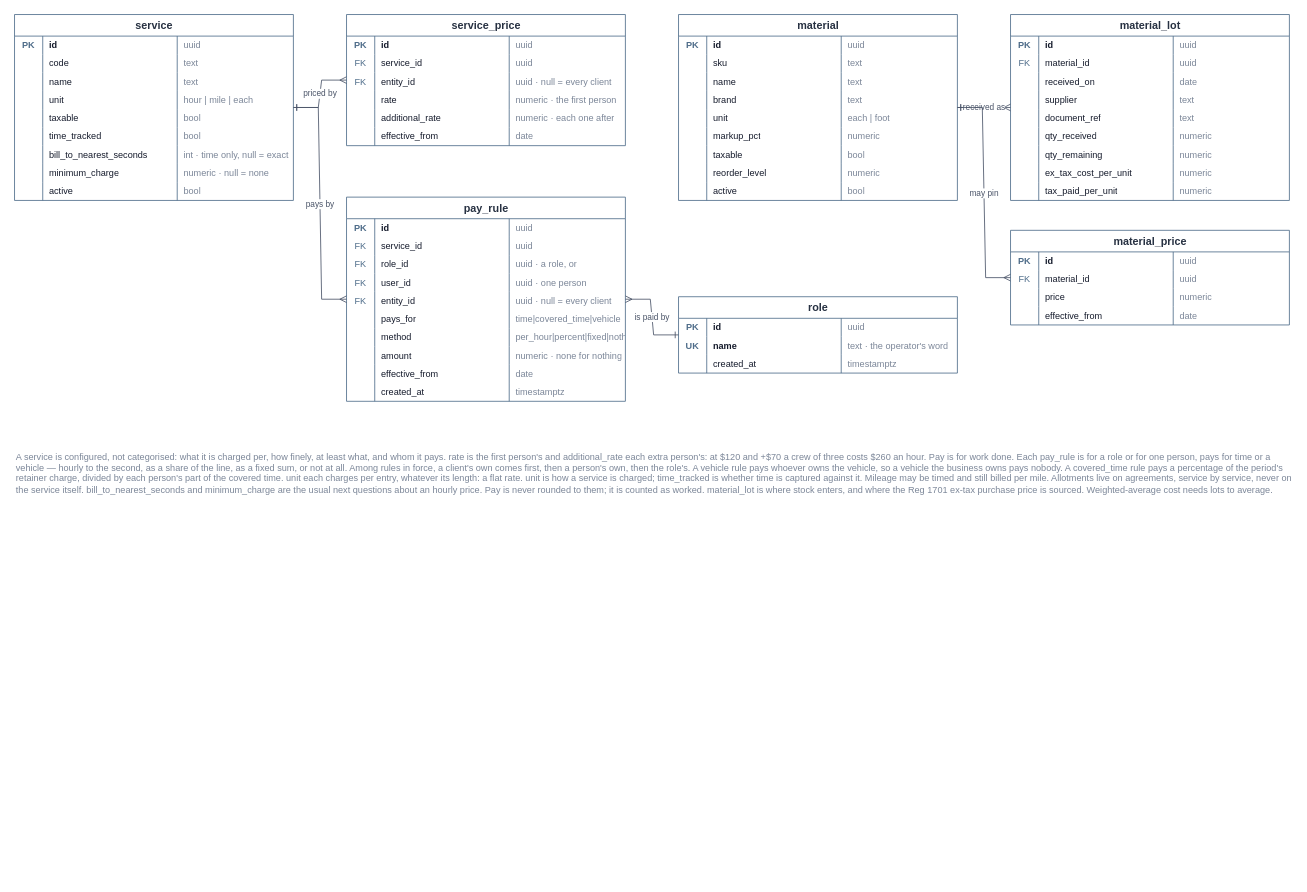
Earlier version of the draw.io diagram docs/schema/03-catalogue.drawio (TylerVigario/reckon). Source tidied: cells renumbered, new cells numbered last; positions are measured from the earlier drawing's top-left corner, leaving out a move shared by most shapes. Both pictures are drawn from the tidied source at 83%, with x=0, y=0 at pixel (14, 14).
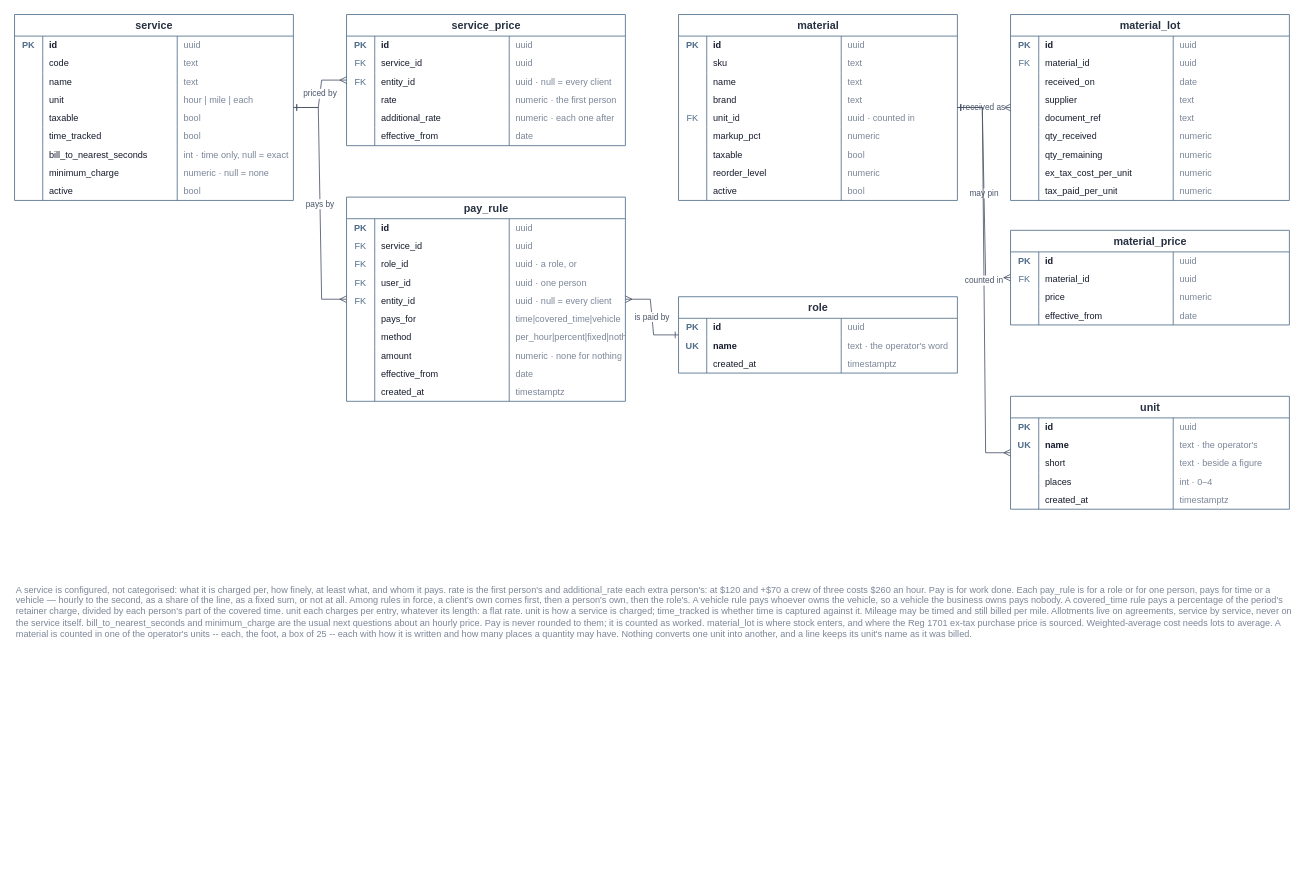
Above is the later version.

The change refers to these unchanged cells:
```xml
<mxCell id="118" value="material" style="shape=table;startSize=26;childLayout=tableLayout;rowLines=0;fontStyle=1;align=center;html=1;fillColor=#ffffff;strokeColor=#4f6d8a;fontColor=#273142;fontSize=13;" parent="1" vertex="1">
  <mxGeometry x="800" width="336" height="224" as="geometry" />
</mxCell>
<mxCell id="135" style="shape=tableRow;horizontal=0;startSize=0;swimlaneHead=0;swimlaneBody=0;fillColor=none;top=0;left=0;right=0;bottom=0;strokeColor=#d4dae4;" parent="118" vertex="1">
  <mxGeometry y="114" width="336" height="22" as="geometry" />
</mxCell>
```

Change to the diagram source:
```diff
@@
-    <mxCell id="136" style="shape=partialRectangle;fillColor=none;top=0;left=0;bottom=0;right=0;overflow=hidden;whiteSpace=wrap;html=1;fontSize=11;align=center;spacingLeft=0;fontColor=#141a2b;" parent="135" vertex="1">
+    <mxCell id="136" value="FK" style="shape=partialRectangle;fillColor=none;top=0;left=0;bottom=0;right=0;overflow=hidden;whiteSpace=wrap;html=1;fontSize=11;align=center;spacingLeft=0;fontColor=#4f6d8a;" parent="135" vertex="1">
       <mxGeometry width="34" height="22" as="geometry" />
     </mxCell>
-    <mxCell id="137" value="unit" style="shape=partialRectangle;fillColor=none;top=0;left=0;bottom=0;right=0;overflow=hidden;whiteSpace=wrap;html=1;fontSize=11;align=left;spacingLeft=6;fontColor=#141a2b;" parent="135" vertex="1">
+    <mxCell id="137" value="unit_id" style="shape=partialRectangle;fillColor=none;top=0;left=0;bottom=0;right=0;overflow=hidden;whiteSpace=wrap;html=1;fontSize=11;align=left;spacingLeft=6;fontColor=#141a2b;" parent="135" vertex="1">
       <mxGeometry x="34" width="162" height="22" as="geometry" />
     </mxCell>
-    <mxCell id="138" value="each | foot" style="shape=partialRectangle;fillColor=none;top=0;left=0;bottom=0;right=0;overflow=hidden;whiteSpace=wrap;html=1;fontSize=11;align=left;spacingLeft=6;fontColor=#7b8698;" parent="135" vertex="1">
+    <mxCell id="138" value="uuid · counted in" style="shape=partialRectangle;fillColor=none;top=0;left=0;bottom=0;right=0;overflow=hidden;whiteSpace=wrap;html=1;fontSize=11;align=left;spacingLeft=6;fontColor=#7b8698;" parent="135" vertex="1">
       <mxGeometry x="196" width="140" height="22" as="geometry" />
     </mxCell>
@@
+    <mxCell id="215" value="unit" style="shape=table;startSize=26;childLayout=tableLayout;rowLines=0;fontStyle=1;align=center;html=1;fillColor=#ffffff;strokeColor=#4f6d8a;fontColor=#273142;fontSize=13;" parent="1" vertex="1">
+      <mxGeometry x="1200" y="460" width="336" height="136" as="geometry" />
+    </mxCell>
+    <mxCell id="216" style="shape=tableRow;horizontal=0;startSize=0;swimlaneHead=0;swimlaneBody=0;fillColor=none;top=0;left=0;right=0;bottom=0;strokeColor=#d4dae4;" parent="215" vertex="1">
+      <mxGeometry y="26" width="336" height="22" as="geometry" />
+    </mxCell>
+    <mxCell id="217" value="PK" style="shape=partialRectangle;fillColor=none;top=0;left=0;bottom=0;right=0;overflow=hidden;whiteSpace=wrap;html=1;fontSize=11;align=center;spacingLeft=0;fontColor=#4f6d8a;fontStyle=1;" parent="216" vertex="1">
+      <mxGeometry width="34" height="22" as="geometry" />
+    </mxCell>
+    <mxCell id="218" value="id" style="shape=partialRectangle;fillColor=none;top=0;left=0;bottom=0;right=0;overflow=hidden;whiteSpace=wrap;html=1;fontSize=11;align=left;spacingLeft=6;fontColor=#141a2b;fontStyle=1;" parent="216" vertex="1">
+      <mxGeometry x="34" width="162" height="22" as="geometry" />
+    </mxCell>
+    <mxCell id="219" value="uuid" style="shape=partialRectangle;fillColor=none;top=0;left=0;bottom=0;right=0;overflow=hidden;whiteSpace=wrap;html=1;fontSize=11;align=left;spacingLeft=6;fontColor=#7b8698;" parent="216" vertex="1">
+      <mxGeometry x="196" width="140" height="22" as="geometry" />
+    </mxCell>
+    <mxCell id="220" style="shape=tableRow;horizontal=0;startSize=0;swimlaneHead=0;swimlaneBody=0;fillColor=none;top=0;left=0;right=0;bottom=0;strokeColor=#d4dae4;" parent="215" vertex="1">
+      <mxGeometry y="48" width="336" height="22" as="geometry" />
+    </mxCell>
+    <mxCell id="221" value="UK" style="shape=partialRectangle;fillColor=none;top=0;left=0;bottom=0;right=0;overflow=hidden;whiteSpace=wrap;html=1;fontSize=11;align=center;spacingLeft=0;fontColor=#4f6d8a;fontStyle=1;" parent="220" vertex="1">
+      <mxGeometry width="34" height="22" as="geometry" />
+    </mxCell>
+    <mxCell id="222" value="name" style="shape=partialRectangle;fillColor=none;top=0;left=0;bottom=0;right=0;overflow=hidden;whiteSpace=wrap;html=1;fontSize=11;align=left;spacingLeft=6;fontColor=#141a2b;fontStyle=1;" parent="220" vertex="1">
+      <mxGeometry x="34" width="162" height="22" as="geometry" />
+    </mxCell>
+    <mxCell id="223" value="text · the operator's" style="shape=partialRectangle;fillColor=none;top=0;left=0;bottom=0;right=0;overflow=hidden;whiteSpace=wrap;html=1;fontSize=11;align=left;spacingLeft=6;fontColor=#7b8698;" parent="220" vertex="1">
+      <mxGeometry x="196" width="140" height="22" as="geometry" />
+    </mxCell>
+    <mxCell id="224" style="shape=tableRow;horizontal=0;startSize=0;swimlaneHead=0;swimlaneBody=0;fillColor=none;top=0;left=0;right=0;bottom=0;strokeColor=#d4dae4;" parent="215" vertex="1">
+      <mxGeometry y="70" width="336" height="22" as="geometry" />
+    </mxCell>
+    <mxCell id="225" style="shape=partialRectangle;fillColor=none;top=0;left=0;bottom=0;right=0;overflow=hidden;whiteSpace=wrap;html=1;fontSize=11;align=center;spacingLeft=0;fontColor=#141a2b;" parent="224" vertex="1">
+      <mxGeometry width="34" height="22" as="geometry" />
+    </mxCell>
+    <mxCell id="226" value="short" style="shape=partialRectangle;fillColor=none;top=0;left=0;bottom=0;right=0;overflow=hidden;whiteSpace=wrap;html=1;fontSize=11;align=left;spacingLeft=6;fontColor=#141a2b;" parent="224" vertex="1">
+      <mxGeometry x="34" width="162" height="22" as="geometry" />
+    </mxCell>
+    <mxCell id="227" value="text · beside a figure" style="shape=partialRectangle;fillColor=none;top=0;left=0;bottom=0;right=0;overflow=hidden;whiteSpace=wrap;html=1;fontSize=11;align=left;spacingLeft=6;fontColor=#7b8698;" parent="224" vertex="1">
+      <mxGeometry x="196" width="140" height="22" as="geometry" />
+    </mxCell>
+    <mxCell id="228" style="shape=tableRow;horizontal=0;startSize=0;swimlaneHead=0;swimlaneBody=0;fillColor=none;top=0;left=0;right=0;bottom=0;strokeColor=#d4dae4;" parent="215" vertex="1">
+      <mxGeometry y="92" width="336" height="22" as="geometry" />
+    </mxCell>
+    <mxCell id="229" style="shape=partialRectangle;fillColor=none;top=0;left=0;bottom=0;right=0;overflow=hidden;whiteSpace=wrap;html=1;fontSize=11;align=center;spacingLeft=0;fontColor=#141a2b;" parent="228" vertex="1">
+      <mxGeometry width="34" height="22" as="geometry" />
+    </mxCell>
+    <mxCell id="230" value="places" style="shape=partialRectangle;fillColor=none;top=0;left=0;bottom=0;right=0;overflow=hidden;whiteSpace=wrap;html=1;fontSize=11;align=left;spacingLeft=6;fontColor=#141a2b;" parent="228" vertex="1">
+      <mxGeometry x="34" width="162" height="22" as="geometry" />
+    </mxCell>
+    <mxCell id="231" value="int · 0–4" style="shape=partialRectangle;fillColor=none;top=0;left=0;bottom=0;right=0;overflow=hidden;whiteSpace=wrap;html=1;fontSize=11;align=left;spacingLeft=6;fontColor=#7b8698;" parent="228" vertex="1">
+      <mxGeometry x="196" width="140" height="22" as="geometry" />
+    </mxCell>
+    <mxCell id="232" style="shape=tableRow;horizontal=0;startSize=0;swimlaneHead=0;swimlaneBody=0;fillColor=none;top=0;left=0;right=0;bottom=0;strokeColor=#d4dae4;" parent="215" vertex="1">
+      <mxGeometry y="114" width="336" height="22" as="geometry" />
+    </mxCell>
+    <mxCell id="233" style="shape=partialRectangle;fillColor=none;top=0;left=0;bottom=0;right=0;overflow=hidden;whiteSpace=wrap;html=1;fontSize=11;align=center;spacingLeft=0;fontColor=#141a2b;" parent="232" vertex="1">
+      <mxGeometry width="34" height="22" as="geometry" />
+    </mxCell>
+    <mxCell id="234" value="created_at" style="shape=partialRectangle;fillColor=none;top=0;left=0;bottom=0;right=0;overflow=hidden;whiteSpace=wrap;html=1;fontSize=11;align=left;spacingLeft=6;fontColor=#141a2b;" parent="232" vertex="1">
+      <mxGeometry x="34" width="162" height="22" as="geometry" />
+    </mxCell>
+    <mxCell id="235" value="timestamptz" style="shape=partialRectangle;fillColor=none;top=0;left=0;bottom=0;right=0;overflow=hidden;whiteSpace=wrap;html=1;fontSize=11;align=left;spacingLeft=6;fontColor=#7b8698;" parent="232" vertex="1">
+      <mxGeometry x="196" width="140" height="22" as="geometry" />
+    </mxCell>
@@
+    <mxCell id="236" value="counted in" style="edgeStyle=entityRelationEdgeStyle;rounded=0;html=1;fontSize=10;startArrow=ERone;startFill=0;endArrow=ERmany;endFill=0;strokeColor=#4a5468;fontColor=#4a5468;exitX=1;exitY=0.5;exitDx=0;exitDy=0;entryX=0;entryY=0.5;entryDx=0;entryDy=0;" parent="1" edge="1" source="118" target="215">
+      <mxGeometry relative="1" as="geometry" />
+    </mxCell>
-    <mxCell id="214" value="A service is configured, not categorised: what it is charged per, how finely, at least what, and whom it pays.  rate is the first person's and additional_rate each extra person's: at $120 and +$70 a crew of three costs $260 an hour.  Pay is for work done. Each pay_rule is for a role or for one person, pays for time or a vehicle — hourly to the second, as a share of the line, as a fixed sum, or not at all. Among rules in force, a client's own comes first, then a person's own, then the role's.  A vehicle rule pays whoever owns the vehicle, so a vehicle the business owns pays nobody.  A covered_time rule pays a percentage of the period's retainer charge, divided by each person's part of the covered time.  unit each charges per entry, whatever its length: a flat rate.  unit is how a service is charged; time_tracked is whether time is captured against it. Mileage may be timed and still billed per mile.  Allotments live on agreements, service by service, never on the service itself.  bill_to_nearest_seconds and minimum_charge are the usual next questions about an hourly price. Pay is never rounded to them; it is counted as worked.  material_lot is where stock enters, and where the Reg 1701 ex-tax purchase price is sourced. Weighted-average cost needs lots to average." style="text;html=1;strokeColor=none;fillColor=none;align=left;verticalAlign=top;fontSize=11;fontColor=#7b8698;whiteSpace=wrap;" parent="1" vertex="1">
-      <mxGeometry y="520" width="1540" height="330" as="geometry" />
+    <mxCell id="214" value="A service is configured, not categorised: what it is charged per, how finely, at least what, and whom it pays.  rate is the first person's and additional_rate each extra person's: at $120 and +$70 a crew of three costs $260 an hour.  Pay is for work done. Each pay_rule is for a role or for one person, pays for time or a vehicle — hourly to the second, as a share of the line, as a fixed sum, or not at all. Among rules in force, a client's own comes first, then a person's own, then the role's.  A vehicle rule pays whoever owns the vehicle, so a vehicle the business owns pays nobody.  A covered_time rule pays a percentage of the period's retainer charge, divided by each person's part of the covered time.  unit each charges per entry, whatever its length: a flat rate.  unit is how a service is charged; time_tracked is whether time is captured against it. Mileage may be timed and still billed per mile.  Allotments live on agreements, service by service, never on the service itself.  bill_to_nearest_seconds and minimum_charge are the usual next questions about an hourly price. Pay is never rounded to them; it is counted as worked.  material_lot is where stock enters, and where the Reg 1701 ex-tax purchase price is sourced. Weighted-average cost needs lots to average.  A material is counted in one of the operator's units -- each, the foot, a box of 25 -- each with how it is written and how many places a quantity may have. Nothing converts one unit into another, and a line keeps its unit's name as it was billed." style="text;html=1;strokeColor=none;fillColor=none;align=left;verticalAlign=top;fontSize=11;fontColor=#7b8698;whiteSpace=wrap;" parent="1" vertex="1">
+      <mxGeometry y="680" width="1540" height="360" as="geometry" />
     </mxCell>
```
